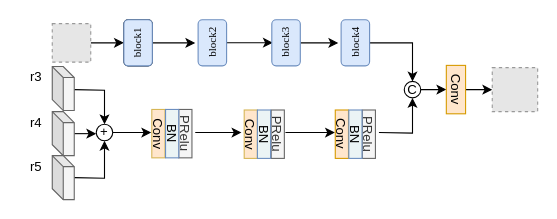
Before: Depth eatimate.drawio in Hymhh/hymhh, a draw.io diagram. Source tidied: cells renumbered, new cells numbered last; positions are measured from the earlier drawing's top-left corner, leaving out a move shared by most shapes. Both pictures are drawn from the tidied source at 110%, with x=0, y=0 at pixel (19, 23). Pictures stored in the file or linked from it are replaced by grey dashed boxes.
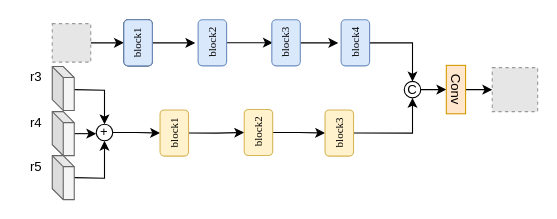
The same page after the edit.

Unchanged cells that the change refers to:
```xml
<mxCell id="7" value="+" style="ellipse;whiteSpace=wrap;html=1;strokeColor=#000000;fillColor=none;" parent="1" vertex="1">
  <mxGeometry x="70" y="91.5" width="15" height="15" as="geometry" />
</mxCell>
<mxCell id="15" value="C" style="ellipse;whiteSpace=wrap;html=1;strokeColor=#000000;fillColor=none;" parent="1" vertex="1">
  <mxGeometry x="350" y="52.5" width="15" height="15" as="geometry" />
</mxCell>
```

Diff of the diagram source:
```diff
@@
-    <mxCell id="6" style="edgeStyle=orthogonalEdgeStyle;rounded=0;jettySize=auto;html=1;exitX=1;exitY=0.5;exitDx=0;exitDy=0;strokeColor=#000000;strokeWidth=1;entryX=0;entryY=0.5;entryDx=0;entryDy=0;" parent="1" edge="1" source="7">
-      <mxGeometry relative="1" as="geometry">
-        <mxPoint x="120" y="99" as="targetPoint" />
-      </mxGeometry>
+    <mxCell id="6" style="edgeStyle=orthogonalEdgeStyle;rounded=0;jettySize=auto;html=1;exitX=1;exitY=0.5;exitDx=0;exitDy=0;strokeColor=#000000;strokeWidth=1;entryX=0.5;entryY=0;entryDx=0;entryDy=0;" parent="1" edge="1" source="7" target="42">
+      <mxGeometry relative="1" as="geometry" />
     </mxCell>
@@
-    <mxCell id="11" style="edgeStyle=orthogonalEdgeStyle;rounded=0;orthogonalLoop=1;jettySize=auto;html=1;strokeColor=#000000;strokeWidth=1;" parent="1" edge="1">
-      <mxGeometry relative="1" as="geometry">
-        <mxPoint x="160" y="99" as="sourcePoint" />
-        <mxPoint x="202" y="99" as="targetPoint" />
-      </mxGeometry>
-    </mxCell>
-    <mxCell id="12" style="edgeStyle=orthogonalEdgeStyle;rounded=0;orthogonalLoop=1;jettySize=auto;html=1;strokeColor=#000000;strokeWidth=1;" parent="1" edge="1">
-      <mxGeometry relative="1" as="geometry">
-        <mxPoint x="242" y="99" as="sourcePoint" />
-        <mxPoint x="287" y="99" as="targetPoint" />
-      </mxGeometry>
+    <mxCell id="12" style="edgeStyle=orthogonalEdgeStyle;rounded=0;jettySize=auto;html=1;strokeColor=#000000;strokeWidth=1;exitX=0.5;exitY=1;exitDx=0;exitDy=0;entryX=0.5;entryY=0;entryDx=0;entryDy=0;" parent="1" edge="1" source="43" target="44">
+      <mxGeometry relative="1" as="geometry" />
     </mxCell>
-    <mxCell id="13" style="edgeStyle=orthogonalEdgeStyle;rounded=0;jettySize=auto;html=1;exitX=1;exitY=0.5;exitDx=0;exitDy=0;entryX=0.5;entryY=1;entryDx=0;entryDy=0;strokeColor=#000000;strokeWidth=1;" parent="1" edge="1" target="15">
-      <mxGeometry relative="1" as="geometry">
-        <mxPoint x="327" y="99" as="sourcePoint" />
-      </mxGeometry>
+    <mxCell id="13" style="edgeStyle=orthogonalEdgeStyle;rounded=0;jettySize=auto;html=1;exitX=0.5;exitY=1;exitDx=0;exitDy=0;entryX=0.5;entryY=1;entryDx=0;entryDy=0;strokeColor=#000000;strokeWidth=1;" parent="1" edge="1" source="44" target="15">
+      <mxGeometry relative="1" as="geometry" />
     </mxCell>
@@
-    <mxCell id="30" value="&lt;p style=&quot;line-height: 60%&quot;&gt;&lt;span&gt;Conv&lt;/span&gt;&lt;br&gt;&lt;/p&gt;" style="rounded=0;whiteSpace=wrap;html=1;strokeColor=#d6b656;fillColor=#FFE6CC;writing-mode=tb-rl;rotation=90;" parent="1" vertex="1">
-      <mxGeometry x="104.5" y="94" width="44" height="12" as="geometry" />
-    </mxCell>
-    <mxCell id="31" value="&lt;p style=&quot;line-height: 60%&quot;&gt;&lt;span&gt;PR&lt;/span&gt;&lt;span&gt;elu&lt;/span&gt;&lt;/p&gt;" style="rounded=0;whiteSpace=wrap;html=1;strokeColor=#666666;fillColor=#f5f5f5;writing-mode=tb-rl;rotation=90;fontColor=#333333;" parent="1" vertex="1">
-      <mxGeometry x="129" y="94" width="44" height="12" as="geometry" />
-    </mxCell>
-    <mxCell id="32" value="&lt;p style=&quot;line-height: 60%&quot;&gt;&lt;span&gt;BN&lt;/span&gt;&lt;br&gt;&lt;/p&gt;" style="rounded=0;whiteSpace=wrap;html=1;strokeColor=#6c8ebf;fillColor=#EBF4F5;writing-mode=tb-rl;rotation=90;" parent="1" vertex="1">
-      <mxGeometry x="117" y="94" width="44" height="12" as="geometry" />
-    </mxCell>
-    <mxCell id="33" value="&lt;p style=&quot;line-height: 60%&quot;&gt;&lt;span&gt;Conv&lt;/span&gt;&lt;br&gt;&lt;/p&gt;" style="rounded=0;whiteSpace=wrap;html=1;strokeColor=#d6b656;fillColor=#FFE6CC;writing-mode=tb-rl;rotation=90;" parent="1" vertex="1">
-      <mxGeometry x="188.5" y="94.5" width="44" height="12" as="geometry" />
-    </mxCell>
-    <mxCell id="34" value="&lt;p style=&quot;line-height: 60%&quot;&gt;&lt;span&gt;PR&lt;/span&gt;&lt;span&gt;elu&lt;/span&gt;&lt;/p&gt;" style="rounded=0;whiteSpace=wrap;html=1;strokeColor=#666666;fillColor=#f5f5f5;writing-mode=tb-rl;rotation=90;fontColor=#333333;" parent="1" vertex="1">
-      <mxGeometry x="213" y="94.5" width="44" height="12" as="geometry" />
-    </mxCell>
-    <mxCell id="35" value="&lt;p style=&quot;line-height: 60%&quot;&gt;&lt;span&gt;Conv&lt;/span&gt;&lt;br&gt;&lt;/p&gt;" style="rounded=0;whiteSpace=wrap;html=1;strokeColor=#d79b00;fillColor=#FFE6CC;writing-mode=tb-rl;rotation=90;" parent="1" vertex="1">
-      <mxGeometry x="271.3" y="94.5" width="44" height="12" as="geometry" />
-    </mxCell>
-    <mxCell id="36" value="&lt;p style=&quot;line-height: 60%&quot;&gt;&lt;span&gt;PR&lt;/span&gt;&lt;span&gt;elu&lt;/span&gt;&lt;/p&gt;" style="rounded=0;whiteSpace=wrap;html=1;strokeColor=#666666;fillColor=#f5f5f5;writing-mode=tb-rl;rotation=90;fontColor=#333333;" parent="1" vertex="1">
-      <mxGeometry x="295.8" y="94.5" width="44" height="12" as="geometry" />
-    </mxCell>
@@
-    <mxCell id="39" value="&lt;p style=&quot;line-height: 60%&quot;&gt;&lt;span&gt;BN&lt;/span&gt;&lt;br&gt;&lt;/p&gt;" style="rounded=0;whiteSpace=wrap;html=1;strokeColor=#6c8ebf;fillColor=#EBF4F5;writing-mode=tb-rl;rotation=90;" parent="1" vertex="1">
-      <mxGeometry x="200.5" y="94.5" width="44" height="12" as="geometry" />
-    </mxCell>
-    <mxCell id="40" value="&lt;p style=&quot;line-height: 60%&quot;&gt;&lt;span&gt;BN&lt;/span&gt;&lt;br&gt;&lt;/p&gt;" style="rounded=0;whiteSpace=wrap;html=1;strokeColor=#6c8ebf;fillColor=#EBF4F5;writing-mode=tb-rl;rotation=90;" parent="1" vertex="1">
-      <mxGeometry x="283.6" y="94.5" width="44" height="12" as="geometry" />
-    </mxCell>
+    <mxCell id="41" style="edgeStyle=orthogonalEdgeStyle;rounded=0;jettySize=auto;html=1;exitX=0.5;exitY=1;exitDx=0;exitDy=0;entryX=0.5;entryY=0;entryDx=0;entryDy=0;strokeColor=#000000;strokeWidth=1;" parent="1" edge="1" source="42" target="43">
+      <mxGeometry relative="1" as="geometry" />
+    </mxCell>
+    <mxCell id="42" value="&lt;font face=&quot;Times New Roman&quot;&gt;&lt;span style=&quot;font-size: 10px&quot;&gt;block1&lt;/span&gt;&lt;/font&gt;" style="rounded=1;whiteSpace=wrap;html=1;strokeColor=#d6b656;fillColor=#fff2cc;rotation=-90;" parent="1" vertex="1">
+      <mxGeometry x="120" y="86.5" width="41.9" height="25.9" as="geometry" />
+    </mxCell>
+    <mxCell id="43" value="&lt;font face=&quot;Times New Roman&quot;&gt;&lt;span style=&quot;font-size: 10px&quot;&gt;block2&lt;/span&gt;&lt;/font&gt;" style="rounded=1;whiteSpace=wrap;html=1;strokeColor=#d6b656;fillColor=#fff2cc;rotation=-90;" parent="1" vertex="1">
+      <mxGeometry x="196.5" y="86" width="41.9" height="25.9" as="geometry" />
+    </mxCell>
+    <mxCell id="44" value="&lt;font face=&quot;Times New Roman&quot;&gt;&lt;span style=&quot;font-size: 10px&quot;&gt;block3&lt;/span&gt;&lt;/font&gt;" style="rounded=1;whiteSpace=wrap;html=1;strokeColor=#d6b656;fillColor=#fff2cc;rotation=-90;" parent="1" vertex="1">
+      <mxGeometry x="270" y="86.5" width="41.9" height="25.9" as="geometry" />
+    </mxCell>
```
